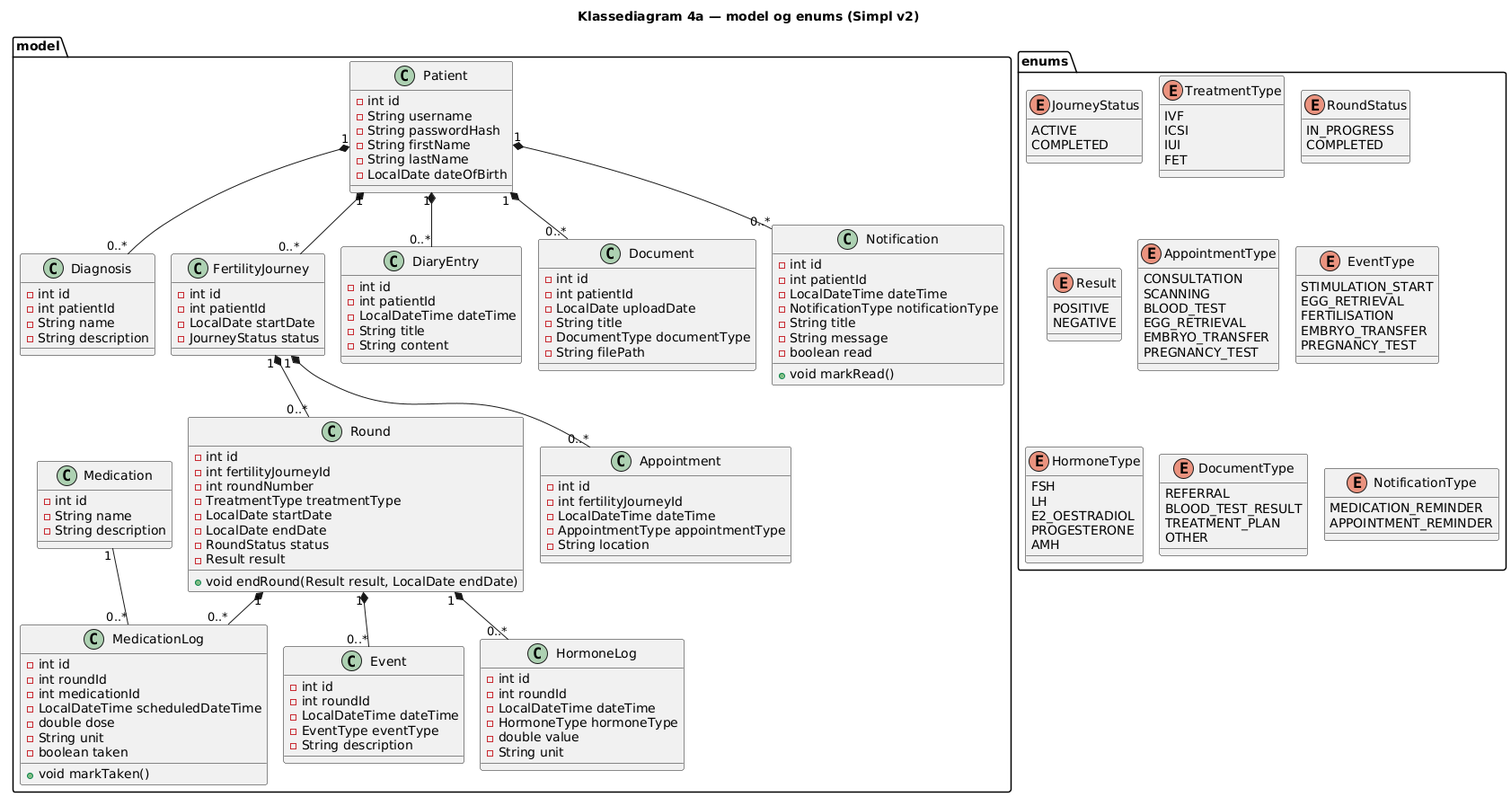
BesimaP/Simpl-PET-project keeps this PlantUML diagram as doc/static/Klassediagram4a.png. Above is the earlier version. Its source is kept beside it as doc/static/Klassediagram4a.puml.
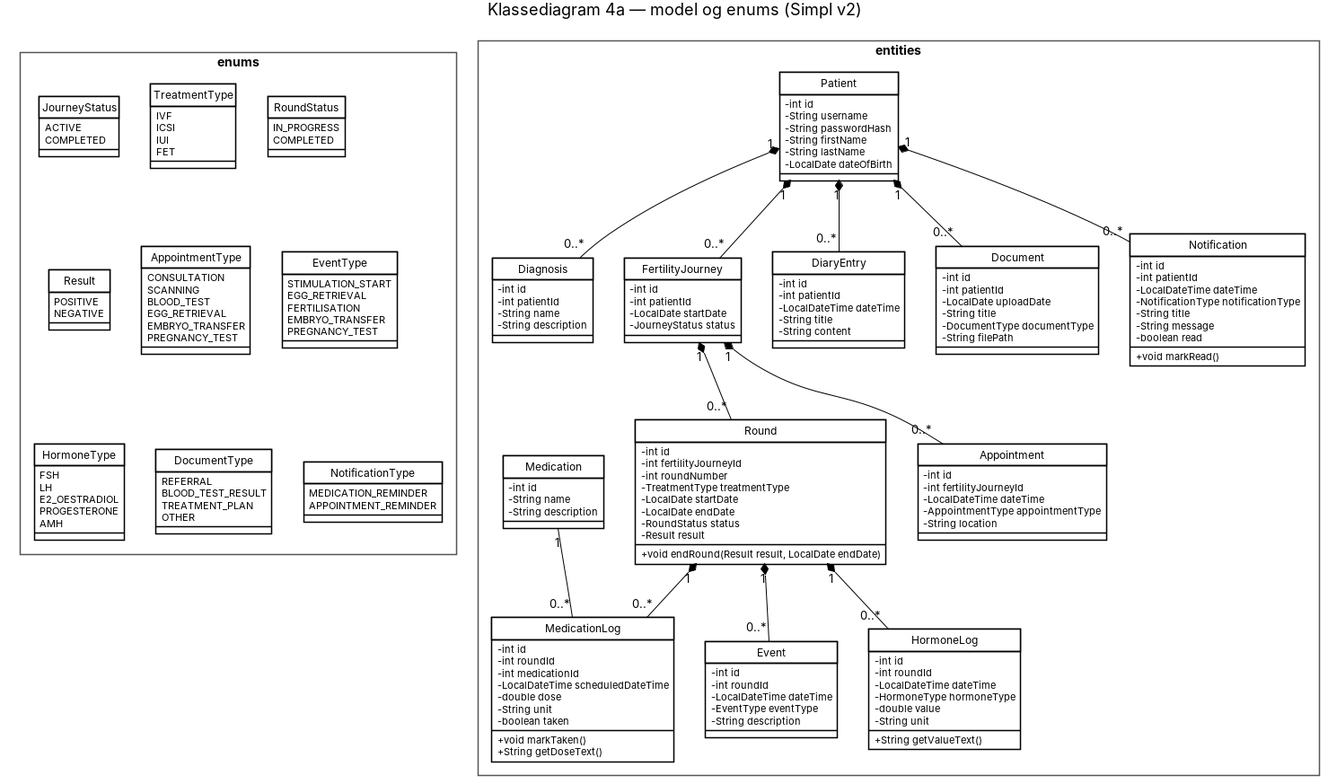
After the commit.

The edit, as a diff of the source:
```diff
@@ -1,10 +1,25 @@
 @startuml
 !pragma layout smetana
+
+skinparam shadowing false
+skinparam classAttributeIconSize 0
+skinparam classBackgroundColor white
+skinparam classBorderColor black
+skinparam classHeaderBackgroundColor white
+skinparam packageBackgroundColor white
+skinparam packageBorderColor #555555
+skinparam packageStyle rectangle
+skinparam noteBackgroundColor white
+skinparam noteBorderColor #555555
+skinparam ArrowColor black
+skinparam enumBackgroundColor white
+skinparam enumBorderColor black
+hide circle
 
 title Klassediagram 4a — model og enums (Simpl v2)
 
 
-package "model" {
+package "entities" {
 
   class Patient {
     - int id
@@ -80,6 +95,7 @@
     - String unit
     - boolean taken
     + void markTaken()
+    + String getDoseText()
   }
 
   class HormoneLog {
@@ -89,6 +105,7 @@
     - HormoneType hormoneType
     - double value
     - String unit
+    + String getValueText()
   }
 
   class Document {
```
